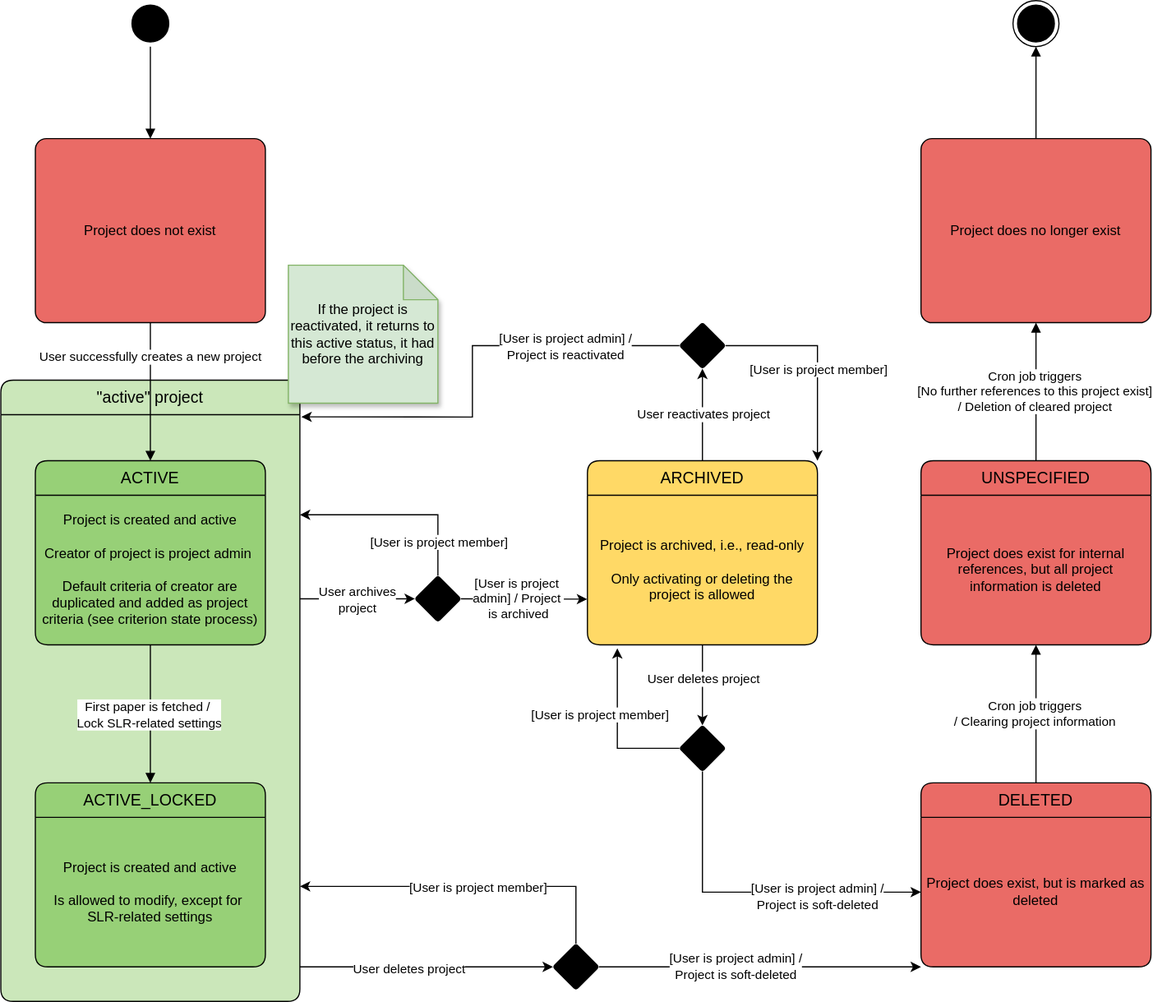
This is wiki/assets/snowballr-project-lifecycle.svg from SE-UUlm/snowballr, a draw.io export, as it was before one commit. Source tidied: cells renumbered, new cells last; positions are measured from the earlier drawing's top-left corner, leaving out a move shared by most shapes.
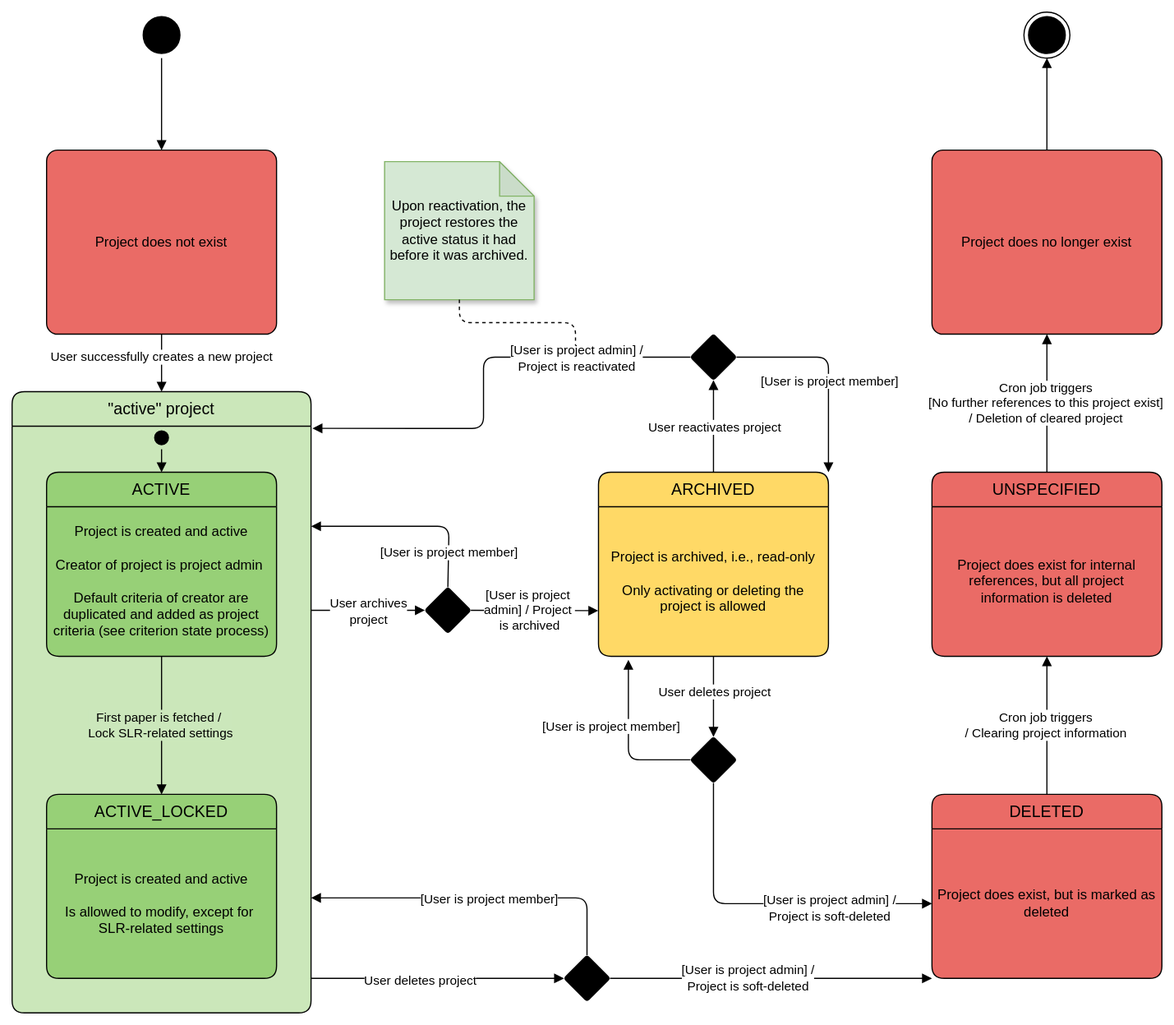
Above is the later version.

Commit message:
fix: wrong hierarchical state in project lifecycle diagram and improve style

Change to the diagram source:
```diff
@@ -5,7 +5,7 @@
     <mxCell id="2" value="&quot;active&quot; project" style="swimlane;horizontal=1;startSize=30;rounded=1;fontSize=14;fontStyle=0;strokeWidth=1;shadow=0;dashed=0;align=center;arcSize=12;whiteSpace=wrap;html=1;swimlaneFillColor=#97D07780;fillColor=light-dark(#97D07780,#97D07780);fillStyle=auto;" parent="1" vertex="1">
       <mxGeometry y="330" width="260" height="540" as="geometry" />
     </mxCell>
-    <mxCell id="3" style="edgeStyle=orthogonalEdgeStyle;rounded=0;jettySize=auto;html=1;entryX=0.5;entryY=0;entryDx=0;entryDy=0;exitX=0.5;exitY=1;exitDx=0;exitDy=0;endArrow=block;endFill=1;" parent="1" edge="1" source="4" target="5">
+    <mxCell id="3" style="edgeStyle=orthogonalEdgeStyle;rounded=1;jettySize=auto;html=1;entryX=0.5;entryY=0;entryDx=0;entryDy=0;exitX=0.5;exitY=1;exitDx=0;exitDy=0;endArrow=block;endFill=1;curved=0;" parent="1" edge="1" source="4" target="5">
       <mxGeometry relative="1" as="geometry" />
     </mxCell>
     <mxCell id="4" style="ellipse;html=1;shape=startState;fillColor=#000000;strokeColor=#000000;margin=4;spacing=2;" parent="1" vertex="1">
@@ -15,13 +15,12 @@
       <mxGeometry x="30" y="120" width="200" height="160" as="geometry" />
     </mxCell>
     <mxCell id="6" value="User successfully creates a new project" style="edgeStyle=orthogonalEdgeStyle;rounded=1;jettySize=auto;html=1;exitX=0.5;exitY=1;exitDx=0;exitDy=0;entryX=0.5;entryY=0;entryDx=0;entryDy=0;curved=0;endArrow=block;endFill=1;" parent="1" edge="1" source="5">
-      <mxGeometry x="-0.5" relative="1" as="geometry">
-        <mxPoint x="130" y="400" as="targetPoint" />
+      <mxGeometry x="-0.2" relative="1" as="geometry">
+        <mxPoint x="130" y="330" as="targetPoint" />
         <Array as="points">
-          <mxPoint x="130" y="390" />
-          <mxPoint x="130" y="390" />
+          <mxPoint x="130" y="300" />
+          <mxPoint x="130" y="300" />
         </Array>
-        <mxPoint y="-1" as="offset" />
       </mxGeometry>
     </mxCell>
     <mxCell id="7" value="ACTIVE_LOCKED" style="swimlane;horizontal=1;startSize=30;rounded=1;fontSize=14;fontStyle=0;strokeWidth=1;shadow=0;dashed=0;align=center;arcSize=12;whiteSpace=wrap;html=1;swimlaneFillColor=#97D077;fillColor=#97D077;" parent="1" vertex="1">
@@ -39,7 +38,7 @@
         </Array>
       </mxGeometry>
     </mxCell>
-    <mxCell id="10" value="First paper is fetched /&amp;nbsp;&lt;div&gt;Lock SLR-related settings&lt;/div&gt;" style="edgeLabel;html=1;align=center;verticalAlign=middle;" parent="9" vertex="1">
+    <mxCell id="10" value="First paper is fetched /&amp;nbsp;&lt;div&gt;Lock SLR-related settings&lt;/div&gt;" style="edgeLabel;html=1;align=center;verticalAlign=middle;labelBackgroundColor=light-dark(#cbe7bb, #ededed);" parent="9" vertex="1">
       <mxGeometry x="0.36" y="-1" relative="1" as="geometry">
         <mxPoint x="-1" y="-21" as="offset" />
       </mxGeometry>
@@ -56,7 +55,7 @@
     <mxCell id="14" value="&lt;div&gt;Project does exist for internal references, but all project&lt;/div&gt;&lt;div&gt;information is deleted&lt;/div&gt;" style="align=center;strokeColor=none;fillColor=none;spacingLeft=4;spacingRight=4;fontSize=12;verticalAlign=middle;html=1;whiteSpace=wrap;" parent="13" vertex="1">
       <mxGeometry y="30" width="200" height="130" as="geometry" />
     </mxCell>
-    <mxCell id="15" style="edgeStyle=orthogonalEdgeStyle;rounded=0;jettySize=auto;html=1;exitX=0.5;exitY=0;exitDx=0;exitDy=0;entryX=0.5;entryY=1;entryDx=0;entryDy=0;endArrow=block;endFill=1;" parent="1" edge="1" source="11" target="14">
+    <mxCell id="15" style="edgeStyle=orthogonalEdgeStyle;rounded=1;jettySize=auto;html=1;exitX=0.5;exitY=0;exitDx=0;exitDy=0;entryX=0.5;entryY=1;entryDx=0;entryDy=0;endArrow=block;endFill=1;curved=0;" parent="1" edge="1" source="11" target="14">
       <mxGeometry relative="1" as="geometry" />
     </mxCell>
     <mxCell id="16" value="Cron job triggers&lt;div&gt;&lt;span style=&quot;background-color: light-dark(#ffffff, var(--ge-dark-color, #121212)); color: light-dark(rgb(0, 0, 0), rgb(255, 255, 255));&quot;&gt;/ Clearing project information&lt;/span&gt;&lt;/div&gt;" style="edgeLabel;html=1;align=center;verticalAlign=middle;" parent="15" vertex="1">
@@ -67,7 +66,7 @@
     <mxCell id="17" value="Project does no longer exist" style="rounded=1;whiteSpace=wrap;html=1;fillColor=#EA6B66;arcSize=6;" parent="1" vertex="1">
       <mxGeometry x="800" y="120" width="200" height="160" as="geometry" />
     </mxCell>
-    <mxCell id="18" style="edgeStyle=orthogonalEdgeStyle;rounded=0;jettySize=auto;html=1;exitX=0.5;exitY=0;exitDx=0;exitDy=0;entryX=0.5;entryY=1;entryDx=0;entryDy=0;endArrow=block;endFill=1;" parent="1" edge="1" source="13" target="17">
+    <mxCell id="18" style="edgeStyle=orthogonalEdgeStyle;rounded=1;jettySize=auto;html=1;exitX=0.5;exitY=0;exitDx=0;exitDy=0;entryX=0.5;entryY=1;entryDx=0;entryDy=0;endArrow=block;endFill=1;curved=0;" parent="1" edge="1" source="13" target="17">
       <mxGeometry relative="1" as="geometry" />
     </mxCell>
     <mxCell id="19" value="Cron job triggers&lt;div&gt;[No further references to this project exist]&lt;/div&gt;&lt;div&gt;/ Deletion of cleared project&lt;/div&gt;" style="edgeLabel;html=1;align=center;verticalAlign=middle;" parent="18" vertex="1">
@@ -78,7 +77,7 @@
     <mxCell id="20" style="ellipse;html=1;shape=endState;fillColor=#000000;strokeColor=#000000;" parent="1" vertex="1">
       <mxGeometry x="880" width="40" height="40" as="geometry" />
     </mxCell>
-    <mxCell id="21" style="edgeStyle=orthogonalEdgeStyle;rounded=0;jettySize=auto;html=1;entryX=0.5;entryY=1;entryDx=0;entryDy=0;exitX=0.5;exitY=0;exitDx=0;exitDy=0;endArrow=block;endFill=1;" parent="1" edge="1" source="17" target="20">
+    <mxCell id="21" style="edgeStyle=orthogonalEdgeStyle;rounded=1;jettySize=auto;html=1;entryX=0.5;entryY=1;entryDx=0;entryDy=0;exitX=0.5;exitY=0;exitDx=0;exitDy=0;endArrow=block;endFill=1;curved=0;" parent="1" edge="1" source="17" target="20">
       <mxGeometry relative="1" as="geometry" />
     </mxCell>
     <mxCell id="22" value="ACTIVE" style="swimlane;horizontal=1;startSize=30;rounded=1;fontSize=14;fontStyle=0;strokeWidth=1;shadow=0;dashed=0;align=center;arcSize=12;whiteSpace=wrap;html=1;swimlaneFillColor=#97D077;fillColor=#97D077;" parent="1" vertex="1">
@@ -94,15 +93,15 @@
       <mxGeometry y="30" width="200" height="130" as="geometry" />
     </mxCell>
     <mxCell id="26" style="rhombus;whiteSpace=wrap;html=1;fillColor=#000000;rounded=1;arcSize=5;" parent="1" vertex="1">
-      <mxGeometry x="360" y="500" width="40" height="40" as="geometry" />
+      <mxGeometry x="359" y="500" width="40" height="40" as="geometry" />
     </mxCell>
-    <mxCell id="27" style="endArrow=classic;html=1;rounded=0;exitX=1;exitY=0.5;exitDx=0;exitDy=0;entryX=-0.001;entryY=0.695;entryDx=0;entryDy=0;entryPerimeter=0;" parent="1" edge="1" source="26" target="25">
+    <mxCell id="27" style="endArrow=block;html=1;rounded=1;exitX=1;exitY=0.5;exitDx=0;exitDy=0;entryX=-0.001;entryY=0.695;entryDx=0;entryDy=0;entryPerimeter=0;curved=0;endFill=1;" parent="1" edge="1" source="26" target="25">
       <mxGeometry relative="1" as="geometry" />
     </mxCell>
     <mxCell id="28" value="[User is project&amp;nbsp;&lt;div&gt;admin] / Project&amp;nbsp;&lt;br&gt;&lt;div&gt;is archived&lt;/div&gt;&lt;/div&gt;" style="edgeLabel;html=1;align=center;verticalAlign=middle;" parent="27" vertex="1">
       <mxGeometry x="-0.09" y="1" relative="1" as="geometry" />
     </mxCell>
-    <mxCell id="29" style="endArrow=classic;html=1;rounded=0;entryX=0;entryY=0.5;entryDx=0;entryDy=0;" parent="1" edge="1" target="26">
+    <mxCell id="29" style="endArrow=block;html=1;rounded=1;entryX=0;entryY=0.5;entryDx=0;entryDy=0;curved=0;endFill=1;" parent="1" edge="1" target="26">
       <mxGeometry relative="1" as="geometry">
         <mxPoint x="260" y="520" as="sourcePoint" />
       </mxGeometry>
@@ -112,7 +111,7 @@
         <mxPoint x="6" y="1" as="offset" />
       </mxGeometry>
     </mxCell>
-    <mxCell id="31" style="endArrow=classic;html=1;rounded=0;exitX=0.5;exitY=0;exitDx=0;exitDy=0;" parent="1" edge="1" source="26">
+    <mxCell id="31" style="endArrow=block;html=1;rounded=1;exitX=0.5;exitY=0;exitDx=0;exitDy=0;curved=0;endFill=1;" parent="1" edge="1" source="26">
       <mxGeometry relative="1" as="geometry">
         <mxPoint x="260" y="447" as="targetPoint" />
         <Array as="points">
@@ -128,25 +127,21 @@
     <mxCell id="33" style="rhombus;whiteSpace=wrap;html=1;fillColor=#000000;rounded=1;arcSize=5;" parent="1" vertex="1">
       <mxGeometry x="590" y="630" width="40" height="40" as="geometry" />
     </mxCell>
-    <mxCell id="34" style="endArrow=classic;html=1;rounded=0;exitX=0.5;exitY=1;exitDx=0;exitDy=0;entryX=0.5;entryY=0;entryDx=0;entryDy=0;" parent="1" edge="1" source="25" target="33">
+    <mxCell id="34" style="endArrow=block;html=1;rounded=1;exitX=0.5;exitY=1;exitDx=0;exitDy=0;entryX=0.5;entryY=0;entryDx=0;entryDy=0;curved=0;endFill=1;" parent="1" edge="1" source="25" target="33">
       <mxGeometry relative="1" as="geometry" />
     </mxCell>
     <mxCell id="35" value="User deletes project" style="edgeLabel;html=1;align=center;verticalAlign=middle;" parent="34" vertex="1">
       <mxGeometry x="-0.14" relative="1" as="geometry" />
     </mxCell>
-    <mxCell id="36" style="endArrow=classic;html=1;rounded=0;exitX=0;exitY=0.5;exitDx=0;exitDy=0;entryX=0.13;entryY=1.023;entryDx=0;entryDy=0;entryPerimeter=0;" parent="1" edge="1" source="33" target="25">
-      <mxGeometry relative="1" as="geometry">
-        <Array as="points">
-          <mxPoint x="536" y="650" />
-        </Array>
-      </mxGeometry>
+    <mxCell id="36" style="endArrow=block;html=1;rounded=1;exitX=0;exitY=0.5;exitDx=0;exitDy=0;entryX=0.13;entryY=1.023;entryDx=0;entryDy=0;entryPerimeter=0;edgeStyle=orthogonalEdgeStyle;endFill=1;" parent="1" edge="1" source="33" target="25">
+      <mxGeometry relative="1" as="geometry" />
     </mxCell>
     <mxCell id="37" value="[User is project member]" style="edgeLabel;html=1;align=center;verticalAlign=middle;" parent="36" vertex="1">
       <mxGeometry x="-0.55" y="2" relative="1" as="geometry">
         <mxPoint x="-38" y="-32" as="offset" />
       </mxGeometry>
     </mxCell>
-    <mxCell id="38" style="endArrow=classic;html=1;rounded=0;entryX=0;entryY=0.5;entryDx=0;entryDy=0;exitX=0.5;exitY=1;exitDx=0;exitDy=0;" parent="1" edge="1" source="33" target="12">
+    <mxCell id="38" style="endArrow=block;html=1;rounded=1;entryX=0;entryY=0.5;entryDx=0;entryDy=0;exitX=0.5;exitY=1;exitDx=0;exitDy=0;curved=0;endFill=1;" parent="1" edge="1" source="33" target="12">
       <mxGeometry relative="1" as="geometry">
         <Array as="points">
           <mxPoint x="610" y="775" />
@@ -161,7 +156,7 @@
     <mxCell id="40" style="rhombus;whiteSpace=wrap;html=1;fillColor=#000000;rounded=1;arcSize=5;" parent="1" vertex="1">
       <mxGeometry x="480" y="820" width="40" height="40" as="geometry" />
     </mxCell>
-    <mxCell id="41" style="endArrow=classic;html=1;rounded=0;entryX=0;entryY=0.5;entryDx=0;entryDy=0;" parent="1" edge="1" target="40">
+    <mxCell id="41" style="endArrow=block;html=1;rounded=1;entryX=0;entryY=0.5;entryDx=0;entryDy=0;curved=0;endFill=1;" parent="1" edge="1" target="40">
       <mxGeometry relative="1" as="geometry">
         <mxPoint x="260" y="840" as="sourcePoint" />
       </mxGeometry>
@@ -169,7 +164,7 @@
     <mxCell id="42" value="User deletes project" style="edgeLabel;html=1;align=center;verticalAlign=middle;" parent="41" vertex="1">
       <mxGeometry x="-0.14" y="-1" relative="1" as="geometry" />
     </mxCell>
-    <mxCell id="43" style="endArrow=classic;html=1;rounded=0;exitX=0.5;exitY=0;exitDx=0;exitDy=0;" parent="1" edge="1" source="40">
+    <mxCell id="43" style="endArrow=block;html=1;rounded=1;exitX=0.5;exitY=0;exitDx=0;exitDy=0;curved=0;endFill=1;" parent="1" edge="1" source="40">
       <mxGeometry relative="1" as="geometry">
         <mxPoint x="260" y="770" as="targetPoint" />
         <Array as="points">
@@ -182,7 +177,7 @@
         <mxPoint x="-70" y="-2" as="offset" />
       </mxGeometry>
     </mxCell>
-    <mxCell id="45" style="endArrow=classic;html=1;rounded=0;exitX=1;exitY=0.5;exitDx=0;exitDy=0;entryX=0;entryY=1;entryDx=0;entryDy=0;" parent="1" edge="1" source="40" target="12">
+    <mxCell id="45" style="endArrow=block;html=1;rounded=1;exitX=1;exitY=0.5;exitDx=0;exitDy=0;entryX=0;entryY=1;entryDx=0;entryDy=0;curved=0;endFill=1;" parent="1" edge="1" source="40" target="12">
       <mxGeometry relative="1" as="geometry" />
     </mxCell>
     <mxCell id="46" value="[User is project admin] /&lt;div&gt;Project is soft-deleted&lt;/div&gt;" style="edgeLabel;html=1;align=center;verticalAlign=middle;" parent="45" vertex="1">
@@ -191,7 +186,7 @@
     <mxCell id="47" style="rhombus;whiteSpace=wrap;html=1;fillColor=#000000;rounded=1;arcSize=5;" parent="1" vertex="1">
       <mxGeometry x="590" y="280" width="40" height="40" as="geometry" />
     </mxCell>
-    <mxCell id="48" style="endArrow=classic;html=1;rounded=0;exitX=0.5;exitY=0;exitDx=0;exitDy=0;entryX=0.5;entryY=1;entryDx=0;entryDy=0;" parent="1" edge="1" source="24" target="47">
+    <mxCell id="48" style="endArrow=block;html=1;rounded=1;exitX=0.5;exitY=0;exitDx=0;exitDy=0;entryX=0.5;entryY=1;entryDx=0;entryDy=0;curved=0;endFill=1;" parent="1" edge="1" source="24" target="47">
       <mxGeometry relative="1" as="geometry" />
     </mxCell>
     <mxCell id="49" value="User reactivates project" style="edgeLabel;html=1;align=center;verticalAlign=middle;" parent="48" vertex="1">
@@ -199,7 +194,7 @@
         <mxPoint y="-6" as="offset" />
       </mxGeometry>
     </mxCell>
-    <mxCell id="50" style="endArrow=classic;html=1;rounded=0;exitX=1;exitY=0.5;exitDx=0;exitDy=0;entryX=1;entryY=0;entryDx=0;entryDy=0;" parent="1" edge="1" source="47" target="24">
+    <mxCell id="50" style="endArrow=block;html=1;rounded=1;exitX=1;exitY=0.5;exitDx=0;exitDy=0;entryX=1;entryY=0;entryDx=0;entryDy=0;curved=0;endFill=1;" parent="1" edge="1" source="47" target="24">
       <mxGeometry relative="1" as="geometry">
         <Array as="points">
           <mxPoint x="710" y="300" />
@@ -211,8 +206,9 @@
         <mxPoint x="39" y="22" as="offset" />
       </mxGeometry>
     </mxCell>
-    <mxCell id="52" style="endArrow=classic;html=1;rounded=0;entryX=1.005;entryY=0.059;entryDx=0;entryDy=0;exitX=0;exitY=0.5;exitDx=0;exitDy=0;entryPerimeter=0;" parent="1" edge="1" source="47" target="2">
+    <mxCell id="52" style="endArrow=block;html=1;rounded=1;entryX=1.005;entryY=0.059;entryDx=0;entryDy=0;exitX=0;exitY=0.5;exitDx=0;exitDy=0;entryPerimeter=0;curved=0;endFill=1;" parent="1" edge="1" source="47">
       <mxGeometry relative="1" as="geometry">
+        <mxPoint x="261.3" y="361.9" as="targetPoint" />
         <Array as="points">
           <mxPoint x="410" y="300" />
           <mxPoint x="410" y="330" />
@@ -225,8 +221,19 @@
         <mxPoint x="83" y="-28" as="offset" />
       </mxGeometry>
     </mxCell>
-    <mxCell id="54" value="If the project is reactivated, it returns to this active status, it had before the archiving" style="shape=note;whiteSpace=wrap;html=1;backgroundOutline=1;darkOpacity=0.05;fillColor=#d5e8d4;strokeColor=#82b366;shadow=1;" parent="1" vertex="1">
-      <mxGeometry x="250" y="230" width="130" height="120" as="geometry" />
+    <mxCell id="54" value="Upon reactivation, the project restores the active status it had before it was archived." style="shape=note;whiteSpace=wrap;html=1;backgroundOutline=1;darkOpacity=0.05;fillColor=#d5e8d4;strokeColor=#82b366;shadow=1;" parent="1" vertex="1">
+      <mxGeometry x="324" y="130" width="130" height="120" as="geometry" />
     </mxCell>
+    <mxCell id="55" style="endArrow=none;dashed=1;html=1;rounded=1;exitX=0.5;exitY=1;exitDx=0;exitDy=0;exitPerimeter=0;edgeStyle=orthogonalEdgeStyle;" parent="1" edge="1" source="54">
+      <mxGeometry relative="1" as="geometry">
+        <mxPoint x="490" y="290" as="targetPoint" />
+      </mxGeometry>
+    </mxCell>
+    <mxCell id="56" style="ellipse;html=1;shape=startState;fillColor=#000000;strokeColor=#000000;margin=4;spacing=2;" parent="1" vertex="1">
+      <mxGeometry x="120" y="360" width="20" height="20" as="geometry" />
+    </mxCell>
+    <mxCell id="57" style="edgeStyle=orthogonalEdgeStyle;rounded=1;jettySize=auto;html=1;entryX=0.5;entryY=0;entryDx=0;entryDy=0;exitX=0.5;exitY=1;exitDx=0;exitDy=0;endArrow=block;endFill=1;curved=0;" parent="1" edge="1" source="56" target="22">
+      <mxGeometry relative="1" as="geometry" />
+    </mxCell>
   </root>
 </mxGraphModel>
```
